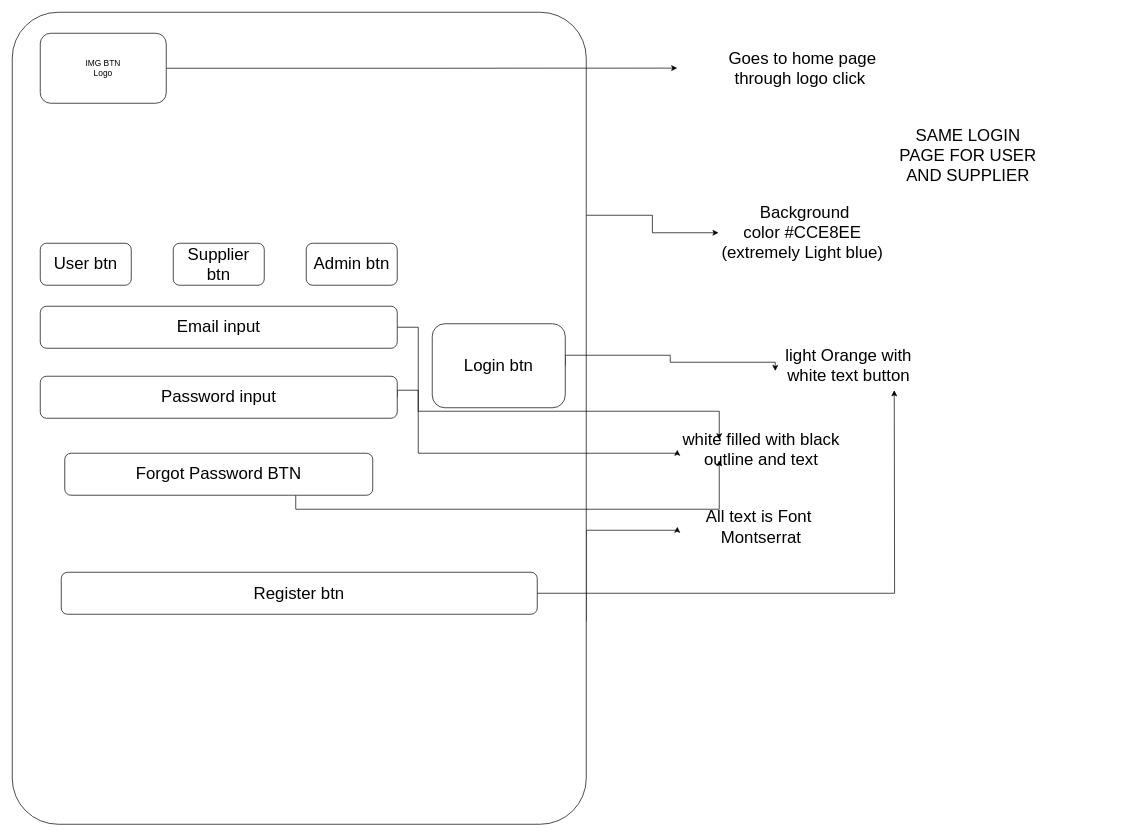
The draw.io diagram Wireframes/LoginPageMBAPP.drawio in BarryHennett/ISCG7424_MobileAssignment, before the edit. Source tidied: cells renumbered, new cells numbered last; positions are measured from the earlier drawing's top-left corner, leaving out a move shared by most shapes. Both pictures are drawn from the tidied source at 70%, with x=0, y=0 at pixel (12, 12).
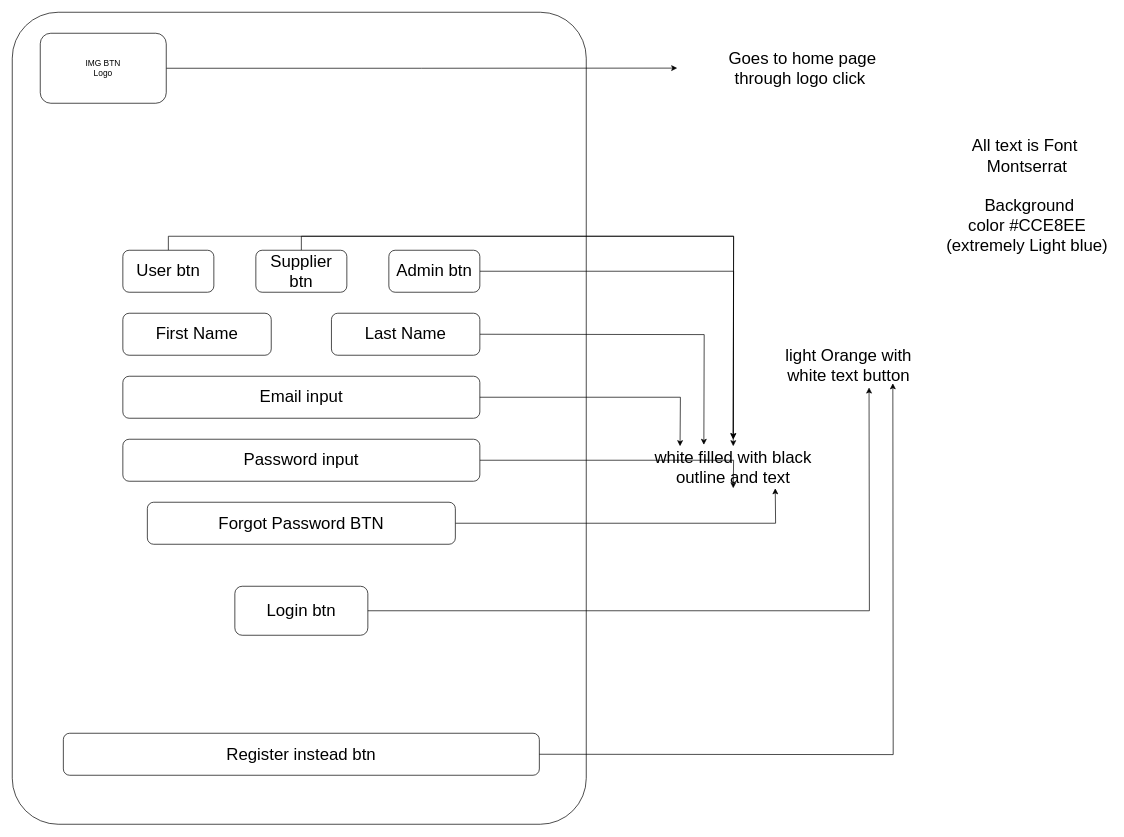
After the change.

Unchanged cells that the change refers to:
```xml
<mxCell id="4" style="rounded=1;whiteSpace=wrap;html=1;arcSize=8;" parent="1" vertex="1">
  <mxGeometry width="820" height="1160" as="geometry" />
</mxCell>
```

The edit, as a diff of the source:
```diff
@@
-    <mxCell id="2" style="edgeStyle=orthogonalEdgeStyle;rounded=0;jettySize=auto;html=1;exitX=1;exitY=0.25;exitDx=0;exitDy=0;entryX=0;entryY=0.5;entryDx=0;entryDy=0;" parent="1" edge="1" source="4" target="6">
-      <mxGeometry relative="1" as="geometry" />
-    </mxCell>
-    <mxCell id="3" style="edgeStyle=orthogonalEdgeStyle;rounded=0;jettySize=auto;html=1;exitX=1;exitY=0.75;exitDx=0;exitDy=0;entryX=0;entryY=0.5;entryDx=0;entryDy=0;" parent="1" edge="1" source="4" target="5">
-      <mxGeometry relative="1" as="geometry">
-        <Array as="points">
-          <mxPoint x="820" y="740" />
-          <mxPoint x="950" y="740" />
-        </Array>
-      </mxGeometry>
-    </mxCell>
@@
-    <mxCell id="5" value="&lt;font style=&quot;font-size: 24px;&quot;&gt;All text is Font&amp;nbsp;&lt;/font&gt;&lt;div&gt;&lt;font style=&quot;&quot;&gt;&lt;font style=&quot;font-size: 24px;&quot;&gt;Montserrat&lt;/font&gt;&lt;br&gt;&lt;/font&gt;&lt;/div&gt;" style="text;strokeColor=none;align=center;fillColor=none;html=1;verticalAlign=middle;whiteSpace=wrap;rounded=0;" parent="1" vertex="1">
-      <mxGeometry x="950" y="650" width="240" height="170" as="geometry" />
-    </mxCell>
-    <mxCell id="6" value="&lt;font style=&quot;font-size: 24px;&quot;&gt;&amp;nbsp;Background color&amp;nbsp;#CCE8EE (extremely Light blue)&lt;/font&gt;" style="text;strokeColor=none;align=center;fillColor=none;html=1;verticalAlign=middle;whiteSpace=wrap;rounded=0;" parent="1" vertex="1">
-      <mxGeometry x="1009" y="300" width="240" height="30" as="geometry" />
-    </mxCell>
-    <mxCell id="7" value="&lt;font style=&quot;font-size: 24px;&quot;&gt;white filled with black outline and text&lt;/font&gt;" style="text;strokeColor=none;align=center;fillColor=none;html=1;verticalAlign=middle;whiteSpace=wrap;rounded=0;" parent="1" vertex="1">
-      <mxGeometry x="950" y="610" width="240" height="30" as="geometry" />
-    </mxCell>
-    <mxCell id="8" style="edgeStyle=orthogonalEdgeStyle;rounded=0;jettySize=auto;html=1;exitX=1;exitY=0.5;exitDx=0;exitDy=0;entryX=0;entryY=0.5;entryDx=0;entryDy=0;" parent="1" edge="1" source="9" target="7">
-      <mxGeometry relative="1" as="geometry">
-        <Array as="points">
-          <mxPoint x="580" y="540" />
-          <mxPoint x="580" y="630" />
-          <mxPoint x="950" y="630" />
-        </Array>
-      </mxGeometry>
-    </mxCell>
-    <mxCell id="9" value="Password input" style="rounded=1;whiteSpace=wrap;html=1;fontSize=24;" parent="1" vertex="1">
-      <mxGeometry x="40" y="520" width="510" height="60" as="geometry" />
-    </mxCell>
-    <mxCell id="10" style="edgeStyle=orthogonalEdgeStyle;rounded=0;jettySize=auto;html=1;exitX=1;exitY=0.5;exitDx=0;exitDy=0;entryX=0.25;entryY=0;entryDx=0;entryDy=0;" parent="1" edge="1" source="11" target="7">
-      <mxGeometry relative="1" as="geometry">
-        <Array as="points">
-          <mxPoint x="580" y="450" />
-          <mxPoint x="580" y="570" />
-          <mxPoint x="1010" y="570" />
-        </Array>
-      </mxGeometry>
-    </mxCell>
-    <mxCell id="11" value="Email input" style="rounded=1;whiteSpace=wrap;html=1;fontSize=24;" parent="1" vertex="1">
-      <mxGeometry x="40" y="420" width="510" height="60" as="geometry" />
-    </mxCell>
-    <mxCell id="12" style="edgeStyle=orthogonalEdgeStyle;rounded=0;jettySize=auto;html=1;exitX=1;exitY=0.5;exitDx=0;exitDy=0;entryX=0;entryY=0.75;entryDx=0;entryDy=0;" parent="1" edge="1" source="13" target="21">
-      <mxGeometry relative="1" as="geometry">
-        <Array as="points">
-          <mxPoint x="940" y="490" />
-          <mxPoint x="940" y="500" />
-          <mxPoint x="1090" y="500" />
-        </Array>
-      </mxGeometry>
-    </mxCell>
-    <mxCell id="13" value="&lt;font style=&quot;font-size: 24px;&quot;&gt;Login btn&lt;/font&gt;" style="rounded=1;whiteSpace=wrap;html=1;" parent="1" vertex="1">
-      <mxGeometry x="600" y="445" width="190" height="120" as="geometry" />
-    </mxCell>
@@
-    <mxCell id="17" style="edgeStyle=orthogonalEdgeStyle;rounded=0;jettySize=auto;html=1;exitX=1;exitY=0.5;exitDx=0;exitDy=0;" parent="1" edge="1" source="18">
-      <mxGeometry relative="1" as="geometry">
-        <mxPoint x="1260" y="540" as="targetPoint" />
-      </mxGeometry>
-    </mxCell>
-    <mxCell id="18" value="&lt;font style=&quot;font-size: 24px;&quot;&gt;Register btn&lt;/font&gt;" style="rounded=1;whiteSpace=wrap;html=1;" parent="1" vertex="1">
-      <mxGeometry x="70" y="800" width="680" height="60" as="geometry" />
-    </mxCell>
-    <mxCell id="19" style="edgeStyle=orthogonalEdgeStyle;rounded=0;jettySize=auto;html=1;exitX=0.75;exitY=1;exitDx=0;exitDy=0;entryX=0.25;entryY=1;entryDx=0;entryDy=0;" parent="1" edge="1" source="20" target="7">
-      <mxGeometry relative="1" as="geometry" />
-    </mxCell>
+    <mxCell id="21" value="&lt;font style=&quot;font-size: 24px;&quot;&gt;light Orange with white text button&lt;/font&gt;" style="text;strokeColor=none;align=center;fillColor=none;html=1;verticalAlign=middle;whiteSpace=wrap;rounded=0;" parent="1" vertex="1">
+      <mxGeometry x="1090" y="490" width="210" height="30" as="geometry" />
+    </mxCell>
+    <mxCell id="26" value="&lt;font style=&quot;font-size: 24px;&quot;&gt;Register instead btn&lt;/font&gt;" style="rounded=1;whiteSpace=wrap;html=1;" parent="1" vertex="1">
+      <mxGeometry x="73" y="1030" width="680" height="60" as="geometry" />
+    </mxCell>
+    <mxCell id="6" value="&lt;font style=&quot;font-size: 24px;&quot;&gt;&amp;nbsp;Background color&amp;nbsp;#CCE8EE (extremely Light blue)&lt;/font&gt;" style="text;strokeColor=none;align=center;fillColor=none;html=1;verticalAlign=middle;whiteSpace=wrap;rounded=0;" parent="1" vertex="1">
+      <mxGeometry x="1330" y="240" width="240" height="130" as="geometry" />
+    </mxCell>
+    <mxCell id="5" value="&lt;font style=&quot;font-size: 24px;&quot;&gt;All text is Font&amp;nbsp;&lt;/font&gt;&lt;div&gt;&lt;font style=&quot;&quot;&gt;&lt;font style=&quot;font-size: 24px;&quot;&gt;Montserrat&lt;/font&gt;&lt;br&gt;&lt;/font&gt;&lt;/div&gt;" style="text;strokeColor=none;align=center;fillColor=none;html=1;verticalAlign=middle;whiteSpace=wrap;rounded=0;" parent="1" vertex="1">
+      <mxGeometry x="1330" y="160" width="240" height="90" as="geometry" />
+    </mxCell>
+    <mxCell id="11" value="Email input" style="rounded=1;whiteSpace=wrap;html=1;fontSize=24;" parent="1" vertex="1">
+      <mxGeometry x="158" y="520" width="510" height="60" as="geometry" />
+    </mxCell>
+    <mxCell id="13" value="&lt;span style=&quot;font-size: 24px;&quot;&gt;Login btn&lt;/span&gt;" style="rounded=1;whiteSpace=wrap;html=1;" parent="1" vertex="1">
+      <mxGeometry x="318" y="820" width="190" height="70" as="geometry" />
+    </mxCell>
+    <mxCell id="27" style="edgeStyle=orthogonalEdgeStyle;rounded=0;orthogonalLoop=1;jettySize=auto;html=1;exitX=1;exitY=0.5;exitDx=0;exitDy=0;entryX=0.75;entryY=1;entryDx=0;entryDy=0;" parent="1" edge="1">
+      <mxGeometry relative="1" as="geometry">
+        <mxPoint x="753" y="1060" as="sourcePoint" />
+        <mxPoint x="1258" y="530" as="targetPoint" />
+      </mxGeometry>
+    </mxCell>
+    <mxCell id="28" style="edgeStyle=orthogonalEdgeStyle;rounded=0;jettySize=auto;html=1;exitX=1;exitY=0.5;exitDx=0;exitDy=0;entryX=0.75;entryY=1;entryDx=0;entryDy=0;" parent="1" edge="1" source="20">
+      <mxGeometry relative="1" as="geometry">
+        <mxPoint x="1090" y="680" as="targetPoint" />
+      </mxGeometry>
+    </mxCell>
     <mxCell id="20" value="Forgot Password BTN" style="rounded=1;whiteSpace=wrap;html=1;fontSize=24;" parent="1" vertex="1">
-      <mxGeometry x="75" y="630" width="440" height="60" as="geometry" />
+      <mxGeometry x="193" y="700" width="440" height="60" as="geometry" />
     </mxCell>
-    <mxCell id="21" value="&lt;font style=&quot;font-size: 24px;&quot;&gt;light Orange with white text button&lt;/font&gt;" style="text;strokeColor=none;align=center;fillColor=none;html=1;verticalAlign=middle;whiteSpace=wrap;rounded=0;" parent="1" vertex="1">
-      <mxGeometry x="1090" y="490" width="210" height="30" as="geometry" />
-    </mxCell>
+    <mxCell id="29" style="edgeStyle=orthogonalEdgeStyle;rounded=0;jettySize=auto;html=1;exitX=0.5;exitY=0;exitDx=0;exitDy=0;" parent="1" edge="1" source="22">
+      <mxGeometry relative="1" as="geometry">
+        <mxPoint x="1030" y="610" as="targetPoint" />
+      </mxGeometry>
+    </mxCell>
     <mxCell id="22" value="User btn" style="rounded=1;whiteSpace=wrap;html=1;fontSize=24;" parent="1" vertex="1">
-      <mxGeometry x="40" y="330" width="130" height="60" as="geometry" />
+      <mxGeometry x="158" y="340" width="130" height="60" as="geometry" />
     </mxCell>
+    <mxCell id="30" style="edgeStyle=orthogonalEdgeStyle;rounded=0;jettySize=auto;html=1;exitX=0.5;exitY=0;exitDx=0;exitDy=0;" parent="1" edge="1" source="23">
+      <mxGeometry relative="1" as="geometry">
+        <mxPoint x="1030" y="610" as="targetPoint" />
+      </mxGeometry>
+    </mxCell>
     <mxCell id="23" value="Supplier btn" style="rounded=1;whiteSpace=wrap;html=1;fontSize=24;" parent="1" vertex="1">
-      <mxGeometry x="230" y="330" width="130" height="60" as="geometry" />
+      <mxGeometry x="348" y="340" width="130" height="60" as="geometry" />
     </mxCell>
+    <mxCell id="31" style="edgeStyle=orthogonalEdgeStyle;rounded=0;jettySize=auto;html=1;exitX=1;exitY=0.5;exitDx=0;exitDy=0;" parent="1" edge="1" source="24">
+      <mxGeometry relative="1" as="geometry">
+        <mxPoint x="1030" y="620" as="targetPoint" />
+      </mxGeometry>
+    </mxCell>
     <mxCell id="24" value="Admin btn" style="rounded=1;whiteSpace=wrap;html=1;fontSize=24;" parent="1" vertex="1">
-      <mxGeometry x="420" y="330" width="130" height="60" as="geometry" />
+      <mxGeometry x="538" y="340" width="130" height="60" as="geometry" />
     </mxCell>
-    <mxCell id="25" value="&lt;font style=&quot;font-size: 24px;&quot;&gt;SAME LOGIN PAGE FOR USER AND SUPPLIER&lt;/font&gt;" style="text;html=1;align=center;verticalAlign=middle;whiteSpace=wrap;rounded=0;" parent="1" vertex="1">
-      <mxGeometry x="1260" y="160" width="211" height="90" as="geometry" />
-    </mxCell>
+    <mxCell id="32" style="edgeStyle=orthogonalEdgeStyle;rounded=0;jettySize=auto;html=1;exitX=1;exitY=0.5;exitDx=0;exitDy=0;entryX=0.5;entryY=1;entryDx=0;entryDy=0;" parent="1" edge="1" source="9">
+      <mxGeometry relative="1" as="geometry">
+        <mxPoint x="1030" y="680" as="targetPoint" />
+      </mxGeometry>
+    </mxCell>
+    <mxCell id="9" value="Password input" style="rounded=1;whiteSpace=wrap;html=1;fontSize=24;" parent="1" vertex="1">
+      <mxGeometry x="158" y="610" width="510" height="60" as="geometry" />
+    </mxCell>
+    <mxCell id="33" style="edgeStyle=orthogonalEdgeStyle;rounded=0;jettySize=auto;html=1;exitX=1;exitY=0.5;exitDx=0;exitDy=0;entryX=0.59;entryY=1.2;entryDx=0;entryDy=0;entryPerimeter=0;" parent="1" edge="1" source="13">
+      <mxGeometry relative="1" as="geometry">
+        <mxPoint x="1224" y="536" as="targetPoint" />
+      </mxGeometry>
+    </mxCell>
+    <mxCell id="34" style="edgeStyle=orthogonalEdgeStyle;rounded=0;jettySize=auto;html=1;exitX=1;exitY=0.5;exitDx=0;exitDy=0;entryX=0.183;entryY=0;entryDx=0;entryDy=0;entryPerimeter=0;" parent="1" edge="1" source="11">
+      <mxGeometry relative="1" as="geometry">
+        <mxPoint x="954" y="620" as="targetPoint" />
+      </mxGeometry>
+    </mxCell>
+    <mxCell id="35" style="edgeStyle=orthogonalEdgeStyle;rounded=0;orthogonalLoop=1;jettySize=auto;html=1;exitX=1;exitY=0.5;exitDx=0;exitDy=0;entryX=0.325;entryY=-0.033;entryDx=0;entryDy=0;entryPerimeter=0;" parent="1" edge="1">
+      <mxGeometry relative="1" as="geometry">
+        <mxPoint x="668" y="460" as="sourcePoint" />
+        <mxPoint x="988" y="618" as="targetPoint" />
+      </mxGeometry>
+    </mxCell>
+    <mxCell id="7" value="&lt;font style=&quot;font-size: 24px;&quot;&gt;white filled with black outline and text&lt;/font&gt;" style="text;strokeColor=none;align=center;fillColor=none;html=1;verticalAlign=middle;whiteSpace=wrap;rounded=0;" parent="1" vertex="1">
+      <mxGeometry x="910" y="620" width="240" height="60" as="geometry" />
+    </mxCell>
+    <mxCell id="36" value="First Name" style="rounded=1;whiteSpace=wrap;html=1;fontSize=24;" parent="1" vertex="1">
+      <mxGeometry x="158" y="430" width="212" height="60" as="geometry" />
+    </mxCell>
+    <mxCell id="37" value="Last Name" style="rounded=1;whiteSpace=wrap;html=1;fontSize=24;" parent="1" vertex="1">
+      <mxGeometry x="456" y="430" width="212" height="60" as="geometry" />
+    </mxCell>
```
